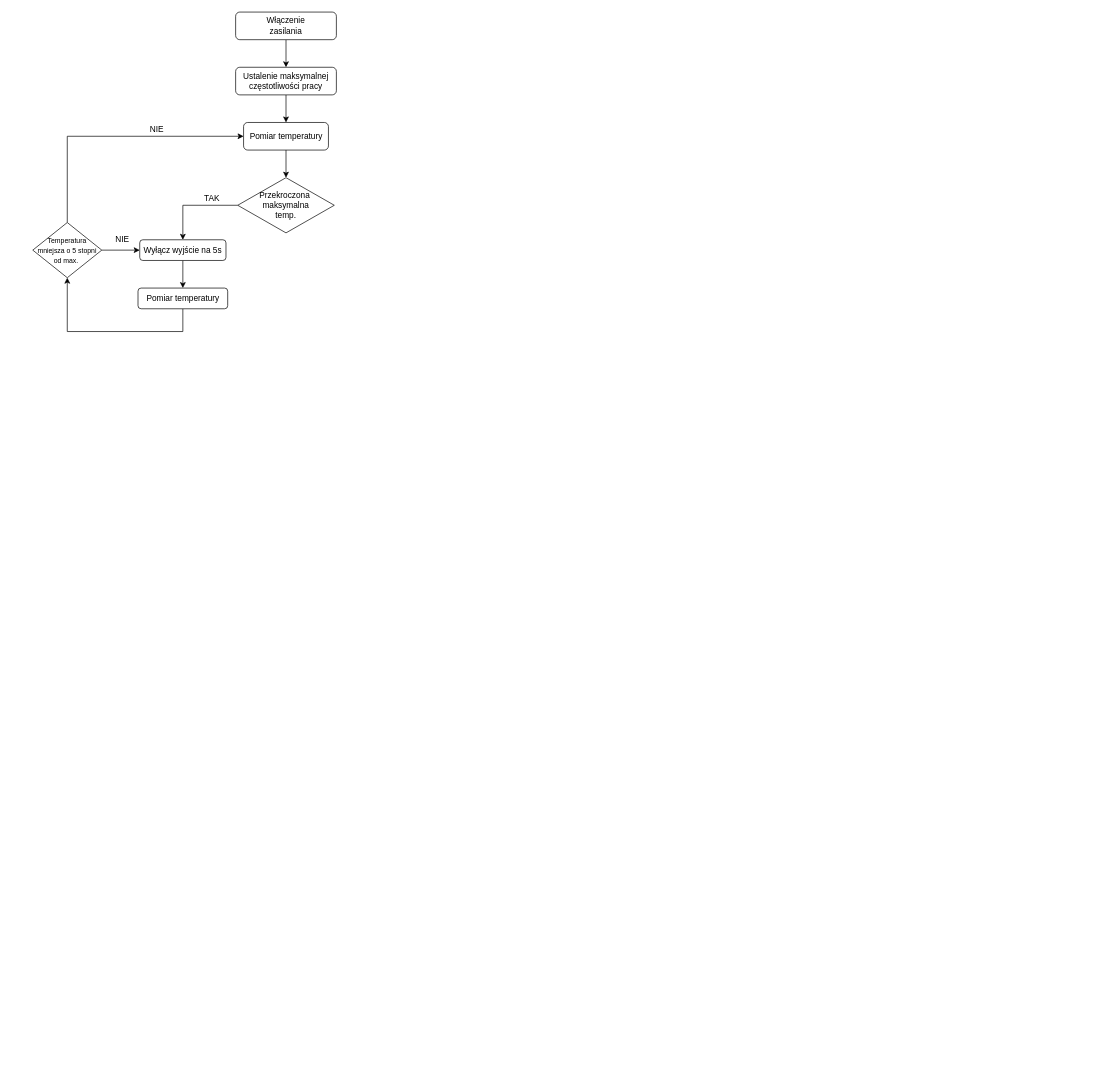
zdzwie/Old_code keeps this draw.io diagram as Untitled Diagram.drawio. Above is the earlier version. Source tidied: cells renumbered, new cells numbered last; positions are measured from the earlier drawing's top-left corner, leaving out a move shared by most shapes. Both pictures are drawn from the tidied source at 69%, with x=0, y=0 at pixel (32, 12).
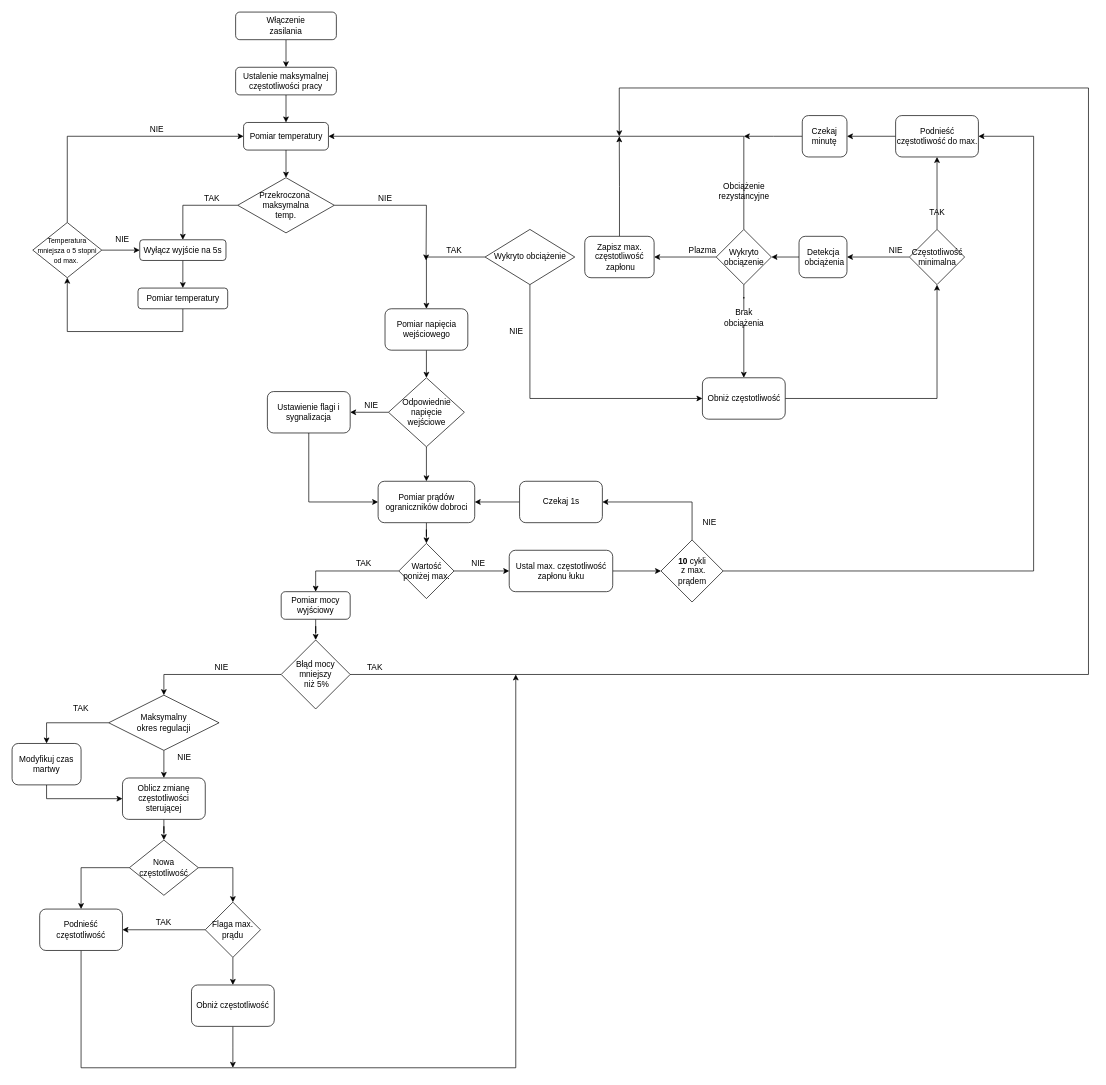
The same page after the edit.

Commit message:
Finalna wersja algorytmu

Unchanged cells that the change refers to:
```xml
<mxCell id="7" value="Pomiar temperatury" style="rounded=1;whiteSpace=wrap;html=1;" parent="1" vertex="1">
  <mxGeometry x="305.5" y="160" width="123" height="40" as="geometry" />
</mxCell>
<mxCell id="9" value="Przekroczona&amp;nbsp;&lt;br&gt;maksymalna&lt;br&gt;temp." style="rhombus;whiteSpace=wrap;html=1;" parent="1" vertex="1">
  <mxGeometry x="297" y="240" width="140" height="80" as="geometry" />
</mxCell>
```

The edit, as a diff of the source:
```diff
@@
+    <mxCell id="20" style="edgeStyle=orthogonalEdgeStyle;rounded=0;jettySize=auto;html=1;" parent="1" edge="1" source="9">
+      <mxGeometry relative="1" as="geometry">
+        <mxPoint x="570" y="360" as="targetPoint" />
+      </mxGeometry>
+    </mxCell>
@@
+    <mxCell id="21" value="NIE" style="text;html=1;strokeColor=none;fillColor=none;align=center;verticalAlign=middle;whiteSpace=wrap;rounded=0;" parent="1" vertex="1">
+      <mxGeometry x="490.5" y="260" width="40" height="20" as="geometry" />
+    </mxCell>
+    <mxCell id="22" style="edgeStyle=orthogonalEdgeStyle;rounded=0;jettySize=auto;html=1;" parent="1" edge="1" source="24" target="26">
+      <mxGeometry relative="1" as="geometry">
+        <Array as="points">
+          <mxPoint x="720.5" y="560" />
+        </Array>
+      </mxGeometry>
+    </mxCell>
+    <mxCell id="23" style="edgeStyle=orthogonalEdgeStyle;rounded=0;jettySize=auto;html=1;" parent="1" edge="1" source="24" target="50">
+      <mxGeometry relative="1" as="geometry" />
+    </mxCell>
+    <mxCell id="24" value="Wykryto obciążenie" style="rhombus;whiteSpace=wrap;html=1;" parent="1" vertex="1">
+      <mxGeometry x="655.5" y="315" width="130" height="80" as="geometry" />
+    </mxCell>
+    <mxCell id="25" style="edgeStyle=orthogonalEdgeStyle;rounded=0;jettySize=auto;html=1;entryX=0.5;entryY=1;entryDx=0;entryDy=0;" parent="1" edge="1" source="26" target="29">
+      <mxGeometry relative="1" as="geometry">
+        <Array as="points">
+          <mxPoint x="1310.5" y="560" />
+        </Array>
+      </mxGeometry>
+    </mxCell>
+    <mxCell id="26" value="Obniż częstotliwość" style="rounded=1;whiteSpace=wrap;html=1;" parent="1" vertex="1">
+      <mxGeometry x="970.5" y="530" width="120" height="60" as="geometry" />
+    </mxCell>
+    <mxCell id="27" style="edgeStyle=orthogonalEdgeStyle;rounded=0;jettySize=auto;html=1;" parent="1" edge="1" source="29" target="32">
+      <mxGeometry relative="1" as="geometry" />
+    </mxCell>
+    <mxCell id="28" style="edgeStyle=orthogonalEdgeStyle;rounded=0;jettySize=auto;html=1;" parent="1" edge="1" source="29" target="44">
+      <mxGeometry relative="1" as="geometry" />
+    </mxCell>
+    <mxCell id="29" value="Częstotliwość&lt;br&gt;minimalna" style="rhombus;whiteSpace=wrap;html=1;" parent="1" vertex="1">
+      <mxGeometry x="1270.5" y="315" width="80" height="80" as="geometry" />
+    </mxCell>
+    <mxCell id="30" value="NIE" style="text;html=1;strokeColor=none;fillColor=none;align=center;verticalAlign=middle;whiteSpace=wrap;rounded=0;" parent="1" vertex="1">
+      <mxGeometry x="1230.5" y="335" width="40" height="20" as="geometry" />
+    </mxCell>
+    <mxCell id="31" style="edgeStyle=orthogonalEdgeStyle;rounded=0;jettySize=auto;html=1;" parent="1" edge="1" source="32" target="36">
+      <mxGeometry relative="1" as="geometry" />
+    </mxCell>
+    <mxCell id="32" value="Detekcja&lt;br&gt;&amp;nbsp;obciążenia" style="rounded=1;whiteSpace=wrap;html=1;" parent="1" vertex="1">
+      <mxGeometry x="1110.5" y="325" width="69.5" height="60" as="geometry" />
+    </mxCell>
+    <mxCell id="33" style="edgeStyle=orthogonalEdgeStyle;rounded=0;jettySize=auto;html=1;startArrow=none;" parent="1" edge="1" source="38" target="26">
+      <mxGeometry relative="1" as="geometry" />
+    </mxCell>
+    <mxCell id="34" style="edgeStyle=orthogonalEdgeStyle;rounded=0;jettySize=auto;html=1;" parent="1" edge="1" source="36" target="41">
+      <mxGeometry relative="1" as="geometry" />
+    </mxCell>
+    <mxCell id="35" style="edgeStyle=orthogonalEdgeStyle;rounded=0;jettySize=auto;html=1;" parent="1" edge="1" source="36" target="7">
+      <mxGeometry relative="1" as="geometry">
+        <Array as="points">
+          <mxPoint x="1030" y="180" />
+        </Array>
+      </mxGeometry>
+    </mxCell>
+    <mxCell id="36" value="Wykryto&lt;br&gt;obciązenie" style="rhombus;whiteSpace=wrap;html=1;" parent="1" vertex="1">
+      <mxGeometry x="990.5" y="315" width="80" height="80" as="geometry" />
+    </mxCell>
+    <mxCell id="37" value="Obciążenie rezystancyjne" style="text;html=1;strokeColor=none;fillColor=none;align=center;verticalAlign=middle;whiteSpace=wrap;rounded=0;" parent="1" vertex="1">
+      <mxGeometry x="1010.5" y="250" width="40" height="20" as="geometry" />
+    </mxCell>
+    <mxCell id="38" value="Brak obciążenia" style="text;html=1;strokeColor=none;fillColor=none;align=center;verticalAlign=middle;whiteSpace=wrap;rounded=0;" parent="1" vertex="1">
+      <mxGeometry x="1010.5" y="433" width="40" height="20" as="geometry" />
+    </mxCell>
+    <mxCell id="39" style="edgeStyle=orthogonalEdgeStyle;rounded=0;jettySize=auto;html=1;endArrow=none;" parent="1" edge="1" source="36" target="38">
+      <mxGeometry relative="1" as="geometry" />
+    </mxCell>
+    <mxCell id="40" style="edgeStyle=orthogonalEdgeStyle;rounded=0;jettySize=auto;html=1;" parent="1" edge="1" source="41">
+      <mxGeometry relative="1" as="geometry">
+        <mxPoint x="850" y="180" as="targetPoint" />
+      </mxGeometry>
+    </mxCell>
+    <mxCell id="41" value="Zapisz max. częstotliwość&lt;br&gt;&amp;nbsp;zapłonu" style="rounded=1;whiteSpace=wrap;html=1;" parent="1" vertex="1">
+      <mxGeometry x="800" y="325" width="100.5" height="60" as="geometry" />
+    </mxCell>
+    <mxCell id="42" value="Plazma" style="text;html=1;strokeColor=none;fillColor=none;align=center;verticalAlign=middle;whiteSpace=wrap;rounded=0;" parent="1" vertex="1">
+      <mxGeometry x="950.5" y="335" width="40" height="20" as="geometry" />
+    </mxCell>
+    <mxCell id="43" style="edgeStyle=orthogonalEdgeStyle;rounded=0;jettySize=auto;html=1;" parent="1" edge="1" source="44" target="47">
+      <mxGeometry relative="1" as="geometry" />
+    </mxCell>
+    <mxCell id="44" value="Podnieść częstotliwość do max." style="rounded=1;whiteSpace=wrap;html=1;" parent="1" vertex="1">
+      <mxGeometry x="1250.5" y="150" width="120" height="60" as="geometry" />
+    </mxCell>
+    <mxCell id="45" value="TAK" style="text;html=1;strokeColor=none;fillColor=none;align=center;verticalAlign=middle;whiteSpace=wrap;rounded=0;" parent="1" vertex="1">
+      <mxGeometry x="1290.5" y="280" width="40" height="20" as="geometry" />
+    </mxCell>
+    <mxCell id="46" style="edgeStyle=orthogonalEdgeStyle;rounded=0;jettySize=auto;html=1;" parent="1" edge="1" source="47">
+      <mxGeometry relative="1" as="geometry">
+        <mxPoint x="1030.5" y="180" as="targetPoint" />
+      </mxGeometry>
+    </mxCell>
+    <mxCell id="47" value="Czekaj &lt;br&gt;minutę" style="rounded=1;whiteSpace=wrap;html=1;" parent="1" vertex="1">
+      <mxGeometry x="1115.2" y="150" width="64.8" height="60" as="geometry" />
+    </mxCell>
+    <mxCell id="48" value="NIE" style="text;html=1;strokeColor=none;fillColor=none;align=center;verticalAlign=middle;whiteSpace=wrap;rounded=0;" parent="1" vertex="1">
+      <mxGeometry x="680.5" y="453" width="40" height="20" as="geometry" />
+    </mxCell>
+    <mxCell id="49" style="edgeStyle=orthogonalEdgeStyle;rounded=0;jettySize=auto;html=1;" parent="1" edge="1" source="50" target="54">
+      <mxGeometry relative="1" as="geometry" />
+    </mxCell>
+    <mxCell id="50" value="Pomiar napięcia wejściowego" style="rounded=1;whiteSpace=wrap;html=1;" parent="1" vertex="1">
+      <mxGeometry x="510.5" y="430" width="120" height="60" as="geometry" />
+    </mxCell>
+    <mxCell id="51" value="TAK" style="text;html=1;strokeColor=none;fillColor=none;align=center;verticalAlign=middle;whiteSpace=wrap;rounded=0;" parent="1" vertex="1">
+      <mxGeometry x="590.5" y="335" width="40" height="20" as="geometry" />
+    </mxCell>
+    <mxCell id="52" style="edgeStyle=orthogonalEdgeStyle;rounded=0;jettySize=auto;html=1;" parent="1" edge="1" source="54" target="56">
+      <mxGeometry relative="1" as="geometry" />
+    </mxCell>
+    <mxCell id="53" style="edgeStyle=orthogonalEdgeStyle;rounded=0;jettySize=auto;html=1;" parent="1" edge="1" source="54" target="59">
+      <mxGeometry relative="1" as="geometry" />
+    </mxCell>
+    <mxCell id="54" value="Odpowiednie napięcie &lt;br&gt;wejściowe" style="rhombus;whiteSpace=wrap;html=1;" parent="1" vertex="1">
+      <mxGeometry x="515.5" y="530" width="110" height="100" as="geometry" />
+    </mxCell>
+    <mxCell id="55" style="edgeStyle=orthogonalEdgeStyle;rounded=0;jettySize=auto;html=1;" parent="1" edge="1" source="56" target="59">
+      <mxGeometry relative="1" as="geometry">
+        <Array as="points">
+          <mxPoint x="400.5" y="710" />
+        </Array>
+      </mxGeometry>
+    </mxCell>
+    <mxCell id="56" value="Ustawienie flagi i sygnalizacja" style="rounded=1;whiteSpace=wrap;html=1;" parent="1" vertex="1">
+      <mxGeometry x="340" y="550" width="120" height="60" as="geometry" />
+    </mxCell>
+    <mxCell id="57" value="NIE" style="text;html=1;strokeColor=none;fillColor=none;align=center;verticalAlign=middle;whiteSpace=wrap;rounded=0;" parent="1" vertex="1">
+      <mxGeometry x="470.5" y="560" width="40" height="20" as="geometry" />
+    </mxCell>
+    <mxCell id="58" style="edgeStyle=orthogonalEdgeStyle;rounded=0;jettySize=auto;html=1;" parent="1" edge="1" source="59" target="62">
+      <mxGeometry relative="1" as="geometry" />
+    </mxCell>
+    <mxCell id="59" value="Pomiar prądów ograniczników dobroci" style="rounded=1;whiteSpace=wrap;html=1;" parent="1" vertex="1">
+      <mxGeometry x="500.5" y="680" width="140" height="60" as="geometry" />
+    </mxCell>
+    <mxCell id="60" style="edgeStyle=orthogonalEdgeStyle;rounded=0;jettySize=auto;html=1;" parent="1" edge="1" source="62" target="64">
+      <mxGeometry relative="1" as="geometry" />
+    </mxCell>
+    <mxCell id="61" style="edgeStyle=orthogonalEdgeStyle;rounded=0;jettySize=auto;html=1;entryX=0.5;entryY=0;entryDx=0;entryDy=0;" parent="1" edge="1" source="62" target="73">
+      <mxGeometry relative="1" as="geometry" />
+    </mxCell>
+    <mxCell id="62" value="Wartość poniżej max." style="rhombus;whiteSpace=wrap;html=1;" parent="1" vertex="1">
+      <mxGeometry x="530.5" y="770" width="80" height="80" as="geometry" />
+    </mxCell>
+    <mxCell id="63" style="edgeStyle=orthogonalEdgeStyle;rounded=0;jettySize=auto;html=1;" parent="1" edge="1" source="64" target="67">
+      <mxGeometry relative="1" as="geometry" />
+    </mxCell>
+    <mxCell id="64" value="Ustal max. częstotliwość zapłonu łuku" style="rounded=1;whiteSpace=wrap;html=1;" parent="1" vertex="1">
+      <mxGeometry x="690.5" y="780" width="150" height="60" as="geometry" />
+    </mxCell>
+    <mxCell id="65" style="edgeStyle=orthogonalEdgeStyle;rounded=0;jettySize=auto;html=1;" parent="1" edge="1" source="67" target="69">
+      <mxGeometry relative="1" as="geometry">
+        <Array as="points">
+          <mxPoint x="955.5" y="710" />
+        </Array>
+      </mxGeometry>
+    </mxCell>
+    <mxCell id="66" style="edgeStyle=orthogonalEdgeStyle;rounded=0;jettySize=auto;html=1;" parent="1" edge="1" source="67" target="44">
+      <mxGeometry relative="1" as="geometry">
+        <Array as="points">
+          <mxPoint x="1450.5" y="810" />
+          <mxPoint x="1450.5" y="180" />
+        </Array>
+      </mxGeometry>
+    </mxCell>
+    <mxCell id="67" value="&lt;b&gt;10 &lt;/b&gt;cykli&lt;br&gt;&amp;nbsp;z max. &lt;br&gt;prądem" style="rhombus;whiteSpace=wrap;html=1;" parent="1" vertex="1">
+      <mxGeometry x="910.5" y="765" width="90" height="90" as="geometry" />
+    </mxCell>
+    <mxCell id="68" style="edgeStyle=orthogonalEdgeStyle;rounded=0;jettySize=auto;html=1;" parent="1" edge="1" source="69" target="59">
+      <mxGeometry relative="1" as="geometry" />
+    </mxCell>
+    <mxCell id="69" value="Czekaj 1s" style="rounded=1;whiteSpace=wrap;html=1;" parent="1" vertex="1">
+      <mxGeometry x="705.5" y="680" width="120" height="60" as="geometry" />
+    </mxCell>
+    <mxCell id="70" value="NIE" style="text;html=1;strokeColor=none;fillColor=none;align=center;verticalAlign=middle;whiteSpace=wrap;rounded=0;" parent="1" vertex="1">
+      <mxGeometry x="625.5" y="790" width="40" height="20" as="geometry" />
+    </mxCell>
+    <mxCell id="71" value="NIE" style="text;html=1;strokeColor=none;fillColor=none;align=center;verticalAlign=middle;whiteSpace=wrap;rounded=0;" parent="1" vertex="1">
+      <mxGeometry x="960.5" y="730" width="40" height="20" as="geometry" />
+    </mxCell>
+    <mxCell id="72" style="edgeStyle=orthogonalEdgeStyle;rounded=0;jettySize=auto;html=1;" parent="1" edge="1" source="73" target="77">
+      <mxGeometry relative="1" as="geometry" />
+    </mxCell>
+    <mxCell id="73" value="Pomiar mocy wyjściowy" style="rounded=1;whiteSpace=wrap;html=1;" parent="1" vertex="1">
+      <mxGeometry x="360" y="840" width="100" height="40" as="geometry" />
+    </mxCell>
+    <mxCell id="74" value="TAK" style="text;html=1;strokeColor=none;fillColor=none;align=center;verticalAlign=middle;whiteSpace=wrap;rounded=0;" parent="1" vertex="1">
+      <mxGeometry x="460" y="790" width="40" height="20" as="geometry" />
+    </mxCell>
+    <mxCell id="75" style="edgeStyle=orthogonalEdgeStyle;rounded=0;jettySize=auto;html=1;" parent="1" edge="1" source="77">
+      <mxGeometry relative="1" as="geometry">
+        <mxPoint x="850" y="180" as="targetPoint" />
+        <Array as="points">
+          <mxPoint x="1530" y="960" />
+          <mxPoint x="1530" y="110" />
+          <mxPoint x="850" y="110" />
+        </Array>
+      </mxGeometry>
+    </mxCell>
+    <mxCell id="76" style="edgeStyle=orthogonalEdgeStyle;rounded=0;jettySize=auto;html=1;entryX=0.5;entryY=0;entryDx=0;entryDy=0;" parent="1" edge="1" source="77" target="94">
+      <mxGeometry relative="1" as="geometry" />
+    </mxCell>
+    <mxCell id="77" value="Błąd mocy mniejszy&lt;br&gt;&amp;nbsp;niż 5%" style="rhombus;whiteSpace=wrap;html=1;" parent="1" vertex="1">
+      <mxGeometry x="360" y="910" width="100" height="100" as="geometry" />
+    </mxCell>
+    <mxCell id="78" value="TAK" style="text;html=1;strokeColor=none;fillColor=none;align=center;verticalAlign=middle;whiteSpace=wrap;rounded=0;" parent="1" vertex="1">
+      <mxGeometry x="475.5" y="940" width="40" height="20" as="geometry" />
+    </mxCell>
+    <mxCell id="79" style="edgeStyle=orthogonalEdgeStyle;rounded=0;jettySize=auto;html=1;" parent="1" edge="1" source="80" target="83">
+      <mxGeometry relative="1" as="geometry" />
+    </mxCell>
+    <mxCell id="80" value="Oblicz zmianę częstotliwości&lt;br&gt;sterującej" style="rounded=1;whiteSpace=wrap;html=1;" parent="1" vertex="1">
+      <mxGeometry x="130" y="1110" width="120" height="60" as="geometry" />
+    </mxCell>
+    <mxCell id="81" style="edgeStyle=orthogonalEdgeStyle;rounded=0;jettySize=auto;html=1;" parent="1" edge="1" source="83" target="88">
+      <mxGeometry relative="1" as="geometry" />
+    </mxCell>
+    <mxCell id="82" style="edgeStyle=orthogonalEdgeStyle;rounded=0;jettySize=auto;html=1;" parent="1" edge="1" source="83" target="85">
+      <mxGeometry relative="1" as="geometry" />
+    </mxCell>
+    <mxCell id="83" value="Nowa częstotliwość" style="rhombus;whiteSpace=wrap;html=1;" parent="1" vertex="1">
+      <mxGeometry x="140" y="1200" width="100" height="80" as="geometry" />
+    </mxCell>
+    <mxCell id="84" style="edgeStyle=orthogonalEdgeStyle;rounded=0;jettySize=auto;html=1;" parent="1" edge="1" source="85">
+      <mxGeometry relative="1" as="geometry">
+        <mxPoint x="700" y="960" as="targetPoint" />
+        <Array as="points">
+          <mxPoint x="70" y="1530" />
+          <mxPoint x="700" y="1530" />
+        </Array>
+      </mxGeometry>
+    </mxCell>
+    <mxCell id="85" value="Podnieść częstotliwość" style="rounded=1;whiteSpace=wrap;html=1;" parent="1" vertex="1">
+      <mxGeometry x="10" y="1300" width="120" height="60" as="geometry" />
+    </mxCell>
+    <mxCell id="86" style="edgeStyle=orthogonalEdgeStyle;rounded=0;jettySize=auto;html=1;" parent="1" edge="1" source="88" target="85">
+      <mxGeometry relative="1" as="geometry" />
+    </mxCell>
+    <mxCell id="87" style="edgeStyle=orthogonalEdgeStyle;rounded=0;jettySize=auto;html=1;" parent="1" edge="1" source="88" target="91">
+      <mxGeometry relative="1" as="geometry" />
+    </mxCell>
+    <mxCell id="88" value="Flaga max. prądu" style="rhombus;whiteSpace=wrap;html=1;" parent="1" vertex="1">
+      <mxGeometry x="250" y="1290" width="80" height="80" as="geometry" />
+    </mxCell>
+    <mxCell id="89" value="TAK" style="text;html=1;strokeColor=none;fillColor=none;align=center;verticalAlign=middle;whiteSpace=wrap;rounded=0;" parent="1" vertex="1">
+      <mxGeometry x="170" y="1310" width="40" height="20" as="geometry" />
+    </mxCell>
+    <mxCell id="90" style="edgeStyle=orthogonalEdgeStyle;rounded=0;jettySize=auto;html=1;" parent="1" edge="1" source="91">
+      <mxGeometry relative="1" as="geometry">
+        <mxPoint x="290" y="1530" as="targetPoint" />
+      </mxGeometry>
+    </mxCell>
+    <mxCell id="91" value="Obniż częstotliwość" style="rounded=1;whiteSpace=wrap;html=1;" parent="1" vertex="1">
+      <mxGeometry x="230" y="1410" width="120" height="60" as="geometry" />
+    </mxCell>
+    <mxCell id="92" style="edgeStyle=orthogonalEdgeStyle;rounded=0;jettySize=auto;html=1;" parent="1" edge="1" source="94" target="80">
+      <mxGeometry relative="1" as="geometry" />
+    </mxCell>
+    <mxCell id="93" style="edgeStyle=orthogonalEdgeStyle;rounded=0;jettySize=auto;html=1;entryX=0.5;entryY=0;entryDx=0;entryDy=0;" parent="1" edge="1" source="94" target="98">
+      <mxGeometry relative="1" as="geometry" />
+    </mxCell>
+    <mxCell id="94" value="Maksymalny&lt;br&gt;okres regulacji" style="rhombus;whiteSpace=wrap;html=1;" parent="1" vertex="1">
+      <mxGeometry x="110" y="990" width="160" height="80" as="geometry" />
+    </mxCell>
+    <mxCell id="95" value="NIE" style="text;html=1;strokeColor=none;fillColor=none;align=center;verticalAlign=middle;whiteSpace=wrap;rounded=0;" parent="1" vertex="1">
+      <mxGeometry x="254" y="940" width="40" height="20" as="geometry" />
+    </mxCell>
+    <mxCell id="96" value="NIE" style="text;html=1;strokeColor=none;fillColor=none;align=center;verticalAlign=middle;whiteSpace=wrap;rounded=0;" parent="1" vertex="1">
+      <mxGeometry x="200" y="1070" width="40" height="20" as="geometry" />
+    </mxCell>
+    <mxCell id="97" style="edgeStyle=orthogonalEdgeStyle;rounded=0;jettySize=auto;html=1;" parent="1" edge="1" source="98" target="80">
+      <mxGeometry relative="1" as="geometry">
+        <Array as="points">
+          <mxPoint x="20" y="1140" />
+        </Array>
+      </mxGeometry>
+    </mxCell>
+    <mxCell id="98" value="Modyfikuj czas martwy" style="rounded=1;whiteSpace=wrap;html=1;" parent="1" vertex="1">
+      <mxGeometry x="-30" y="1060" width="100" height="60" as="geometry" />
+    </mxCell>
+    <mxCell id="99" value="TAK" style="text;html=1;strokeColor=none;fillColor=none;align=center;verticalAlign=middle;whiteSpace=wrap;rounded=0;" parent="1" vertex="1">
+      <mxGeometry x="50" y="1000" width="40" height="20" as="geometry" />
+    </mxCell>
```
